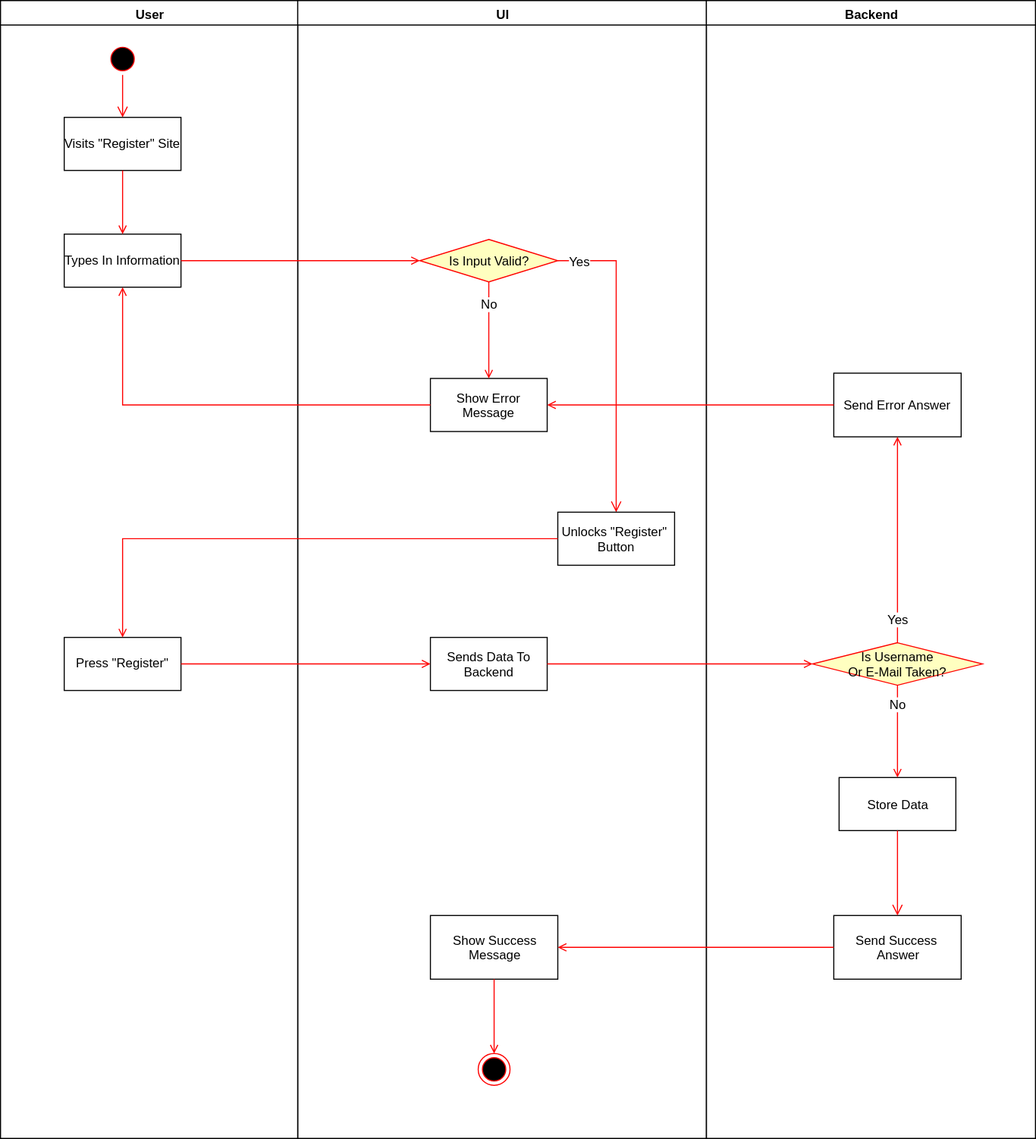
Above: UseCases/Register/RegisterFlowchart.svg in phoenixfeder/fc-com (draw.io), before the change. Source tidied: cells renumbered, new cells last; positions are measured from the earlier drawing's top-left corner, leaving out a move shared by most shapes.
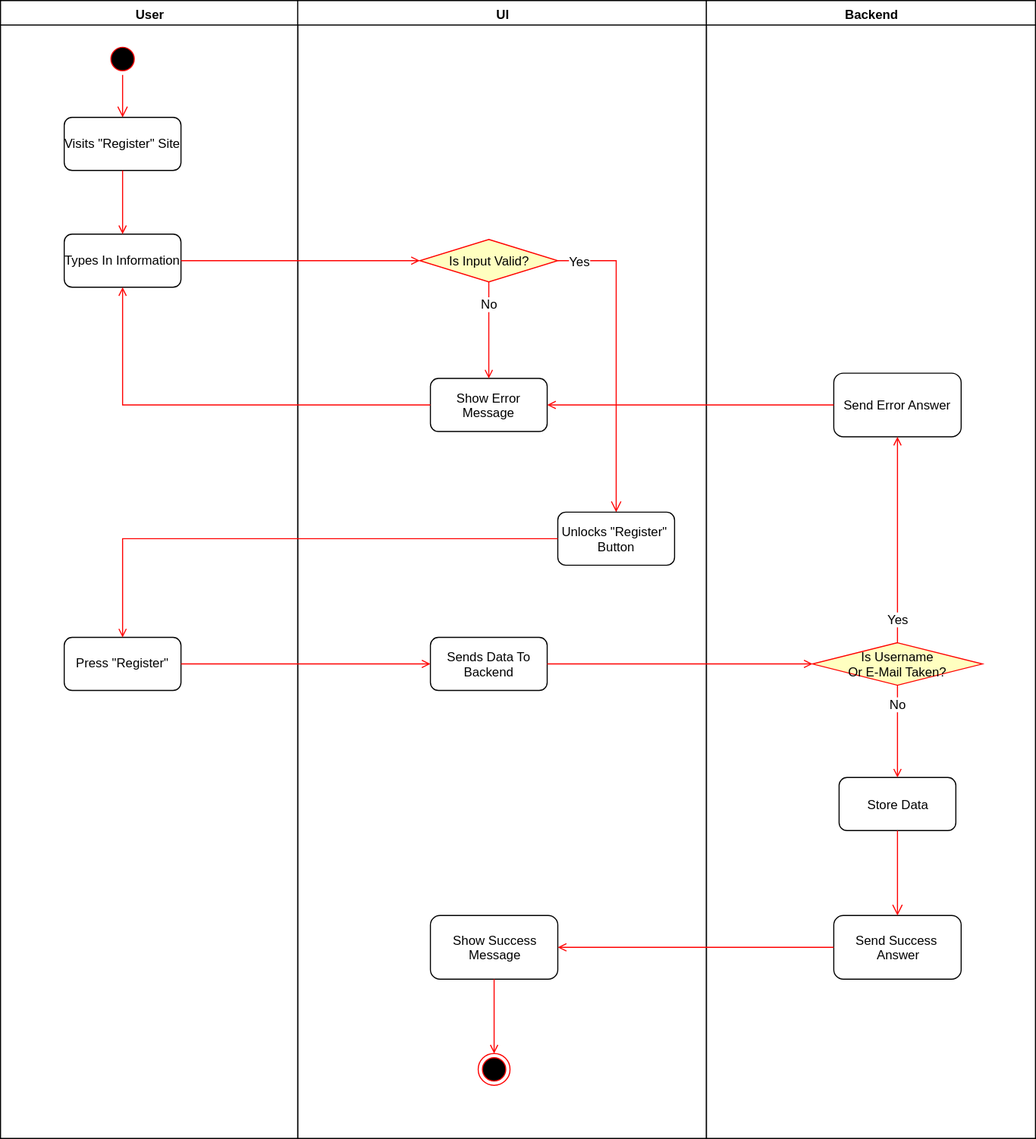
Above is the later version.

Diff of the diagram source:
```diff
@@ -1,4 +1,4 @@
-<mxGraphModel background="#ffffff">
+<mxGraphModel>
   <root>
     <mxCell id="0" />
     <mxCell id="1" parent="0" />
@@ -11,16 +11,16 @@
     <mxCell id="4" style="edgeStyle=elbowEdgeStyle;elbow=horizontal;verticalAlign=bottom;endArrow=open;endSize=8;strokeColor=#FF0000;endFill=1;rounded=0;" parent="2" edge="1" source="3" target="5">
       <mxGeometry x="100" y="40" as="geometry" />
     </mxCell>
-    <mxCell id="5" value="Visits &quot;Register&quot; Site" parent="2" vertex="1">
+    <mxCell id="5" value="Visits &quot;Register&quot; Site" style="rounded=1;" parent="2" vertex="1">
       <mxGeometry x="60" y="110" width="110" height="50" as="geometry" />
     </mxCell>
-    <mxCell id="6" value="Types In Information" parent="2" vertex="1">
+    <mxCell id="6" value="Types In Information" style="rounded=1;" parent="2" vertex="1">
       <mxGeometry x="60" y="220" width="110" height="50" as="geometry" />
     </mxCell>
     <mxCell id="7" style="endArrow=open;strokeColor=#FF0000;endFill=1;rounded=0;" parent="2" edge="1" source="5" target="6">
       <mxGeometry relative="1" as="geometry" />
     </mxCell>
-    <mxCell id="8" value="Press &quot;Register&quot;" parent="2" vertex="1">
+    <mxCell id="8" value="Press &quot;Register&quot;" style="rounded=1;" parent="2" vertex="1">
       <mxGeometry x="60" y="600" width="110" height="50" as="geometry" />
     </mxCell>
     <mxCell id="9" value="UI" style="swimlane;whiteSpace=wrap;startSize=23;" parent="1" vertex="1">
@@ -37,10 +37,10 @@
     <mxCell id="12" value="Is Input Valid?" style="rhombus;fillColor=#ffffc0;strokeColor=#ff0000;html=1;" parent="9" vertex="1">
       <mxGeometry x="115" y="225" width="130" height="40" as="geometry" />
     </mxCell>
-    <mxCell id="13" value="Unlocks &amp;quot;Register&amp;quot; &lt;br&gt;Button" style="html=1;" parent="9" vertex="1">
+    <mxCell id="13" value="Unlocks &amp;quot;Register&amp;quot; &lt;br&gt;Button" style="html=1;rounded=1;" parent="9" vertex="1">
       <mxGeometry x="245" y="482" width="110" height="50" as="geometry" />
     </mxCell>
-    <mxCell id="14" value="Show Error&lt;br&gt;Message&lt;br&gt;" style="align=center;verticalAlign=middle;html=1;" parent="9" vertex="1">
+    <mxCell id="14" value="Show Error&lt;br&gt;Message&lt;br&gt;" style="align=center;verticalAlign=middle;html=1;rounded=1;" parent="9" vertex="1">
       <mxGeometry x="125" y="356" width="110" height="50" as="geometry" />
     </mxCell>
     <mxCell id="15" style="endArrow=open;strokeColor=#FF0000;endFill=1;rounded=0;edgeStyle=orthogonalEdgeStyle;exitX=0.5;exitY=1;" parent="9" edge="1" source="12" target="14">
@@ -51,10 +51,10 @@
         <mxPoint x="-2" y="-10" as="offset" />
       </mxGeometry>
     </mxCell>
-    <mxCell id="17" value="Sends Data To&lt;br&gt;Backend&lt;br&gt;" style="align=center;verticalAlign=middle;html=1;" parent="9" vertex="1">
+    <mxCell id="17" value="Sends Data To&lt;br&gt;Backend&lt;br&gt;" style="align=center;verticalAlign=middle;html=1;rounded=1;" parent="9" vertex="1">
       <mxGeometry x="125" y="600" width="110" height="50" as="geometry" />
     </mxCell>
-    <mxCell id="18" value="Show Success&lt;br&gt;Message&lt;br&gt;" style="rounded=0;whiteSpace=wrap;html=1;align=center;" parent="9" vertex="1">
+    <mxCell id="18" value="Show Success&lt;br&gt;Message&lt;br&gt;" style="rounded=1;whiteSpace=wrap;html=1;align=center;" parent="9" vertex="1">
       <mxGeometry x="125" y="862" width="120" height="60" as="geometry" />
     </mxCell>
     <mxCell id="19" style="ellipse;shape=endState;fillColor=#000000;strokeColor=#ff0000;" parent="9" vertex="1">
@@ -69,7 +69,7 @@
     <mxCell id="22" value="Is Username&lt;br&gt;Or E-Mail Taken?&lt;br&gt;" style="rhombus;fillColor=#ffffc0;strokeColor=#ff0000;horizontal=1;align=center;html=1;" parent="21" vertex="1">
       <mxGeometry x="100" y="605" width="160" height="40" as="geometry" />
     </mxCell>
-    <mxCell id="23" value="Store Data" style="html=1;" parent="21" vertex="1">
+    <mxCell id="23" value="Store Data" style="html=1;rounded=1;" parent="21" vertex="1">
       <mxGeometry x="125" y="732" width="110" height="50" as="geometry" />
     </mxCell>
     <mxCell id="24" style="strokeColor=#FF0000;endArrow=open;endFill=1;rounded=0;exitX=0.5;exitY=1;entryX=0.5;entryY=0;edgeStyle=orthogonalEdgeStyle;" parent="21" edge="1" source="22" target="23">
@@ -80,7 +80,7 @@
         <mxPoint x="4" y="-13" as="offset" />
       </mxGeometry>
     </mxCell>
-    <mxCell id="26" value="Send Error Answer" style="rounded=0;whiteSpace=wrap;html=1;align=center;" parent="21" vertex="1">
+    <mxCell id="26" value="Send Error Answer" style="rounded=1;whiteSpace=wrap;html=1;align=center;" parent="21" vertex="1">
       <mxGeometry x="120" y="351" width="120" height="60" as="geometry" />
     </mxCell>
     <mxCell id="27" style="edgeStyle=orthogonalEdgeStyle;strokeColor=#FF0000;endArrow=open;endFill=1;rounded=0;exitX=0.5;exitY=0;entryX=0.5;entryY=1;" parent="21" edge="1" source="22" target="26">
@@ -91,7 +91,7 @@
         <mxPoint x="-4" y="43" as="offset" />
       </mxGeometry>
     </mxCell>
-    <mxCell id="29" value="Send Success&amp;nbsp;&lt;br&gt;Answer&lt;br&gt;" style="rounded=0;whiteSpace=wrap;html=1;align=center;" parent="21" vertex="1">
+    <mxCell id="29" value="Send Success&amp;nbsp;&lt;br&gt;Answer&lt;br&gt;" style="rounded=1;whiteSpace=wrap;html=1;align=center;" parent="21" vertex="1">
       <mxGeometry x="120" y="862" width="120" height="60" as="geometry" />
     </mxCell>
     <mxCell id="30" style="edgeStyle=orthogonalEdgeStyle;elbow=horizontal;verticalAlign=bottom;endArrow=open;endSize=8;strokeColor=#FF0000;endFill=1;rounded=0;entryX=0.5;entryY=0;exitX=0.5;exitY=1;" parent="21" edge="1" source="23" target="29">
```
